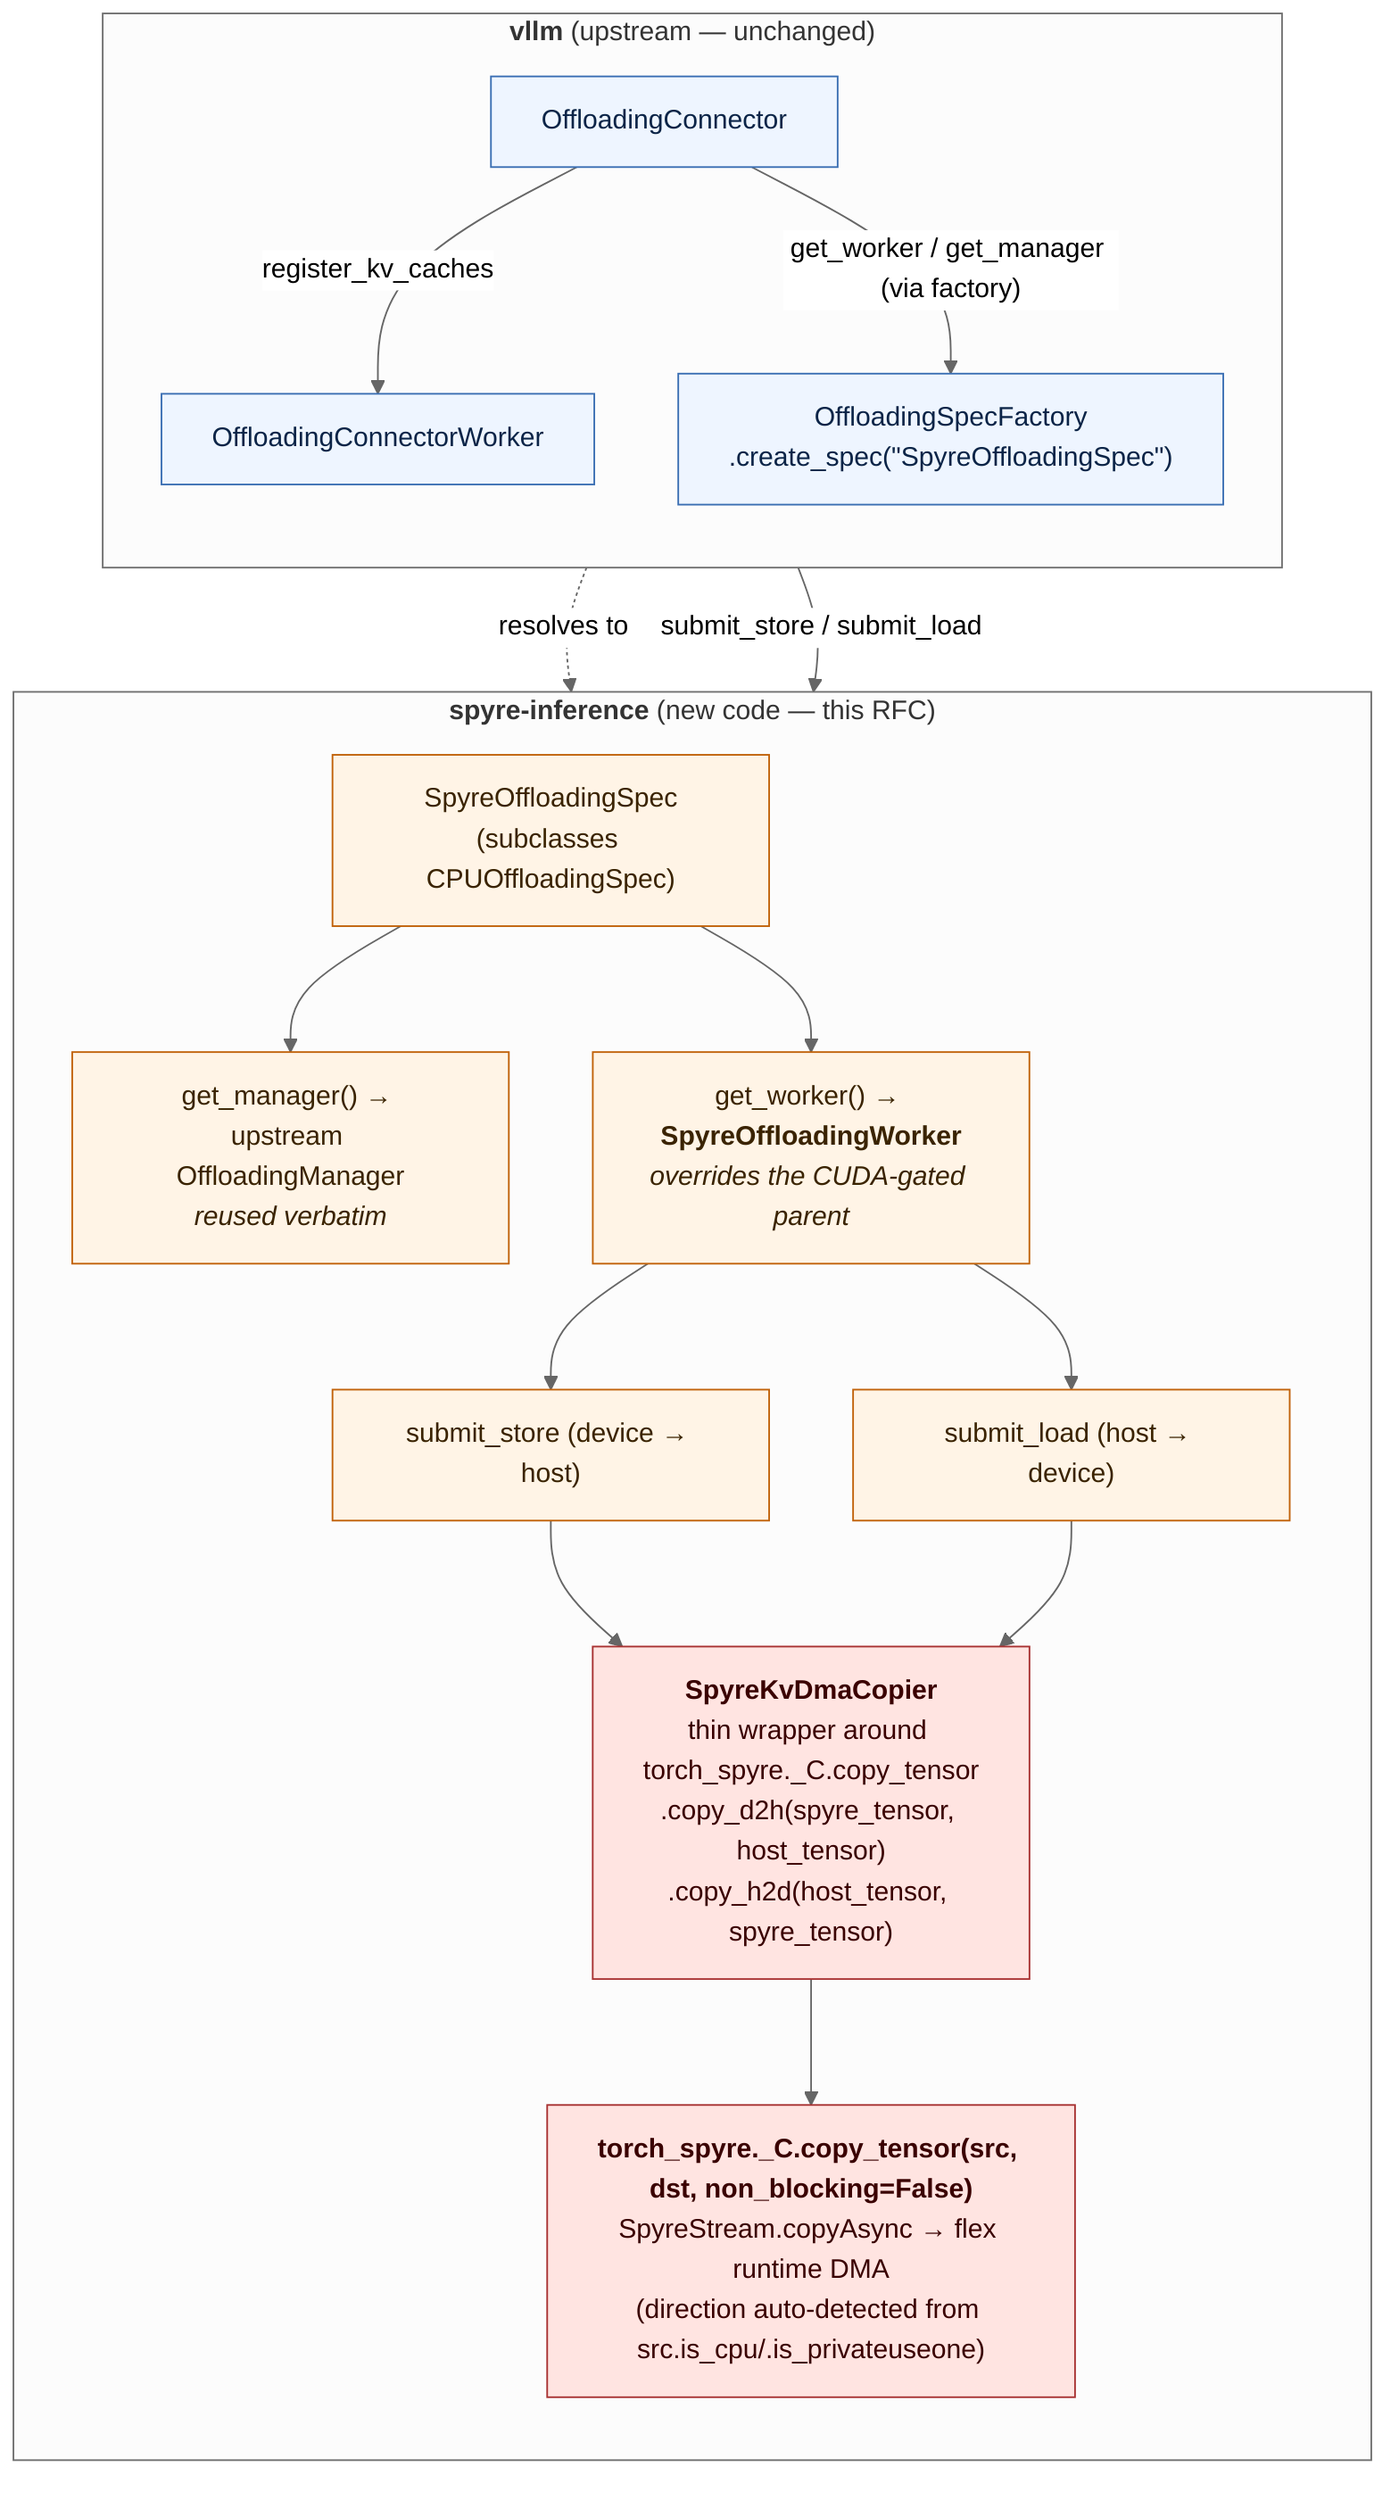
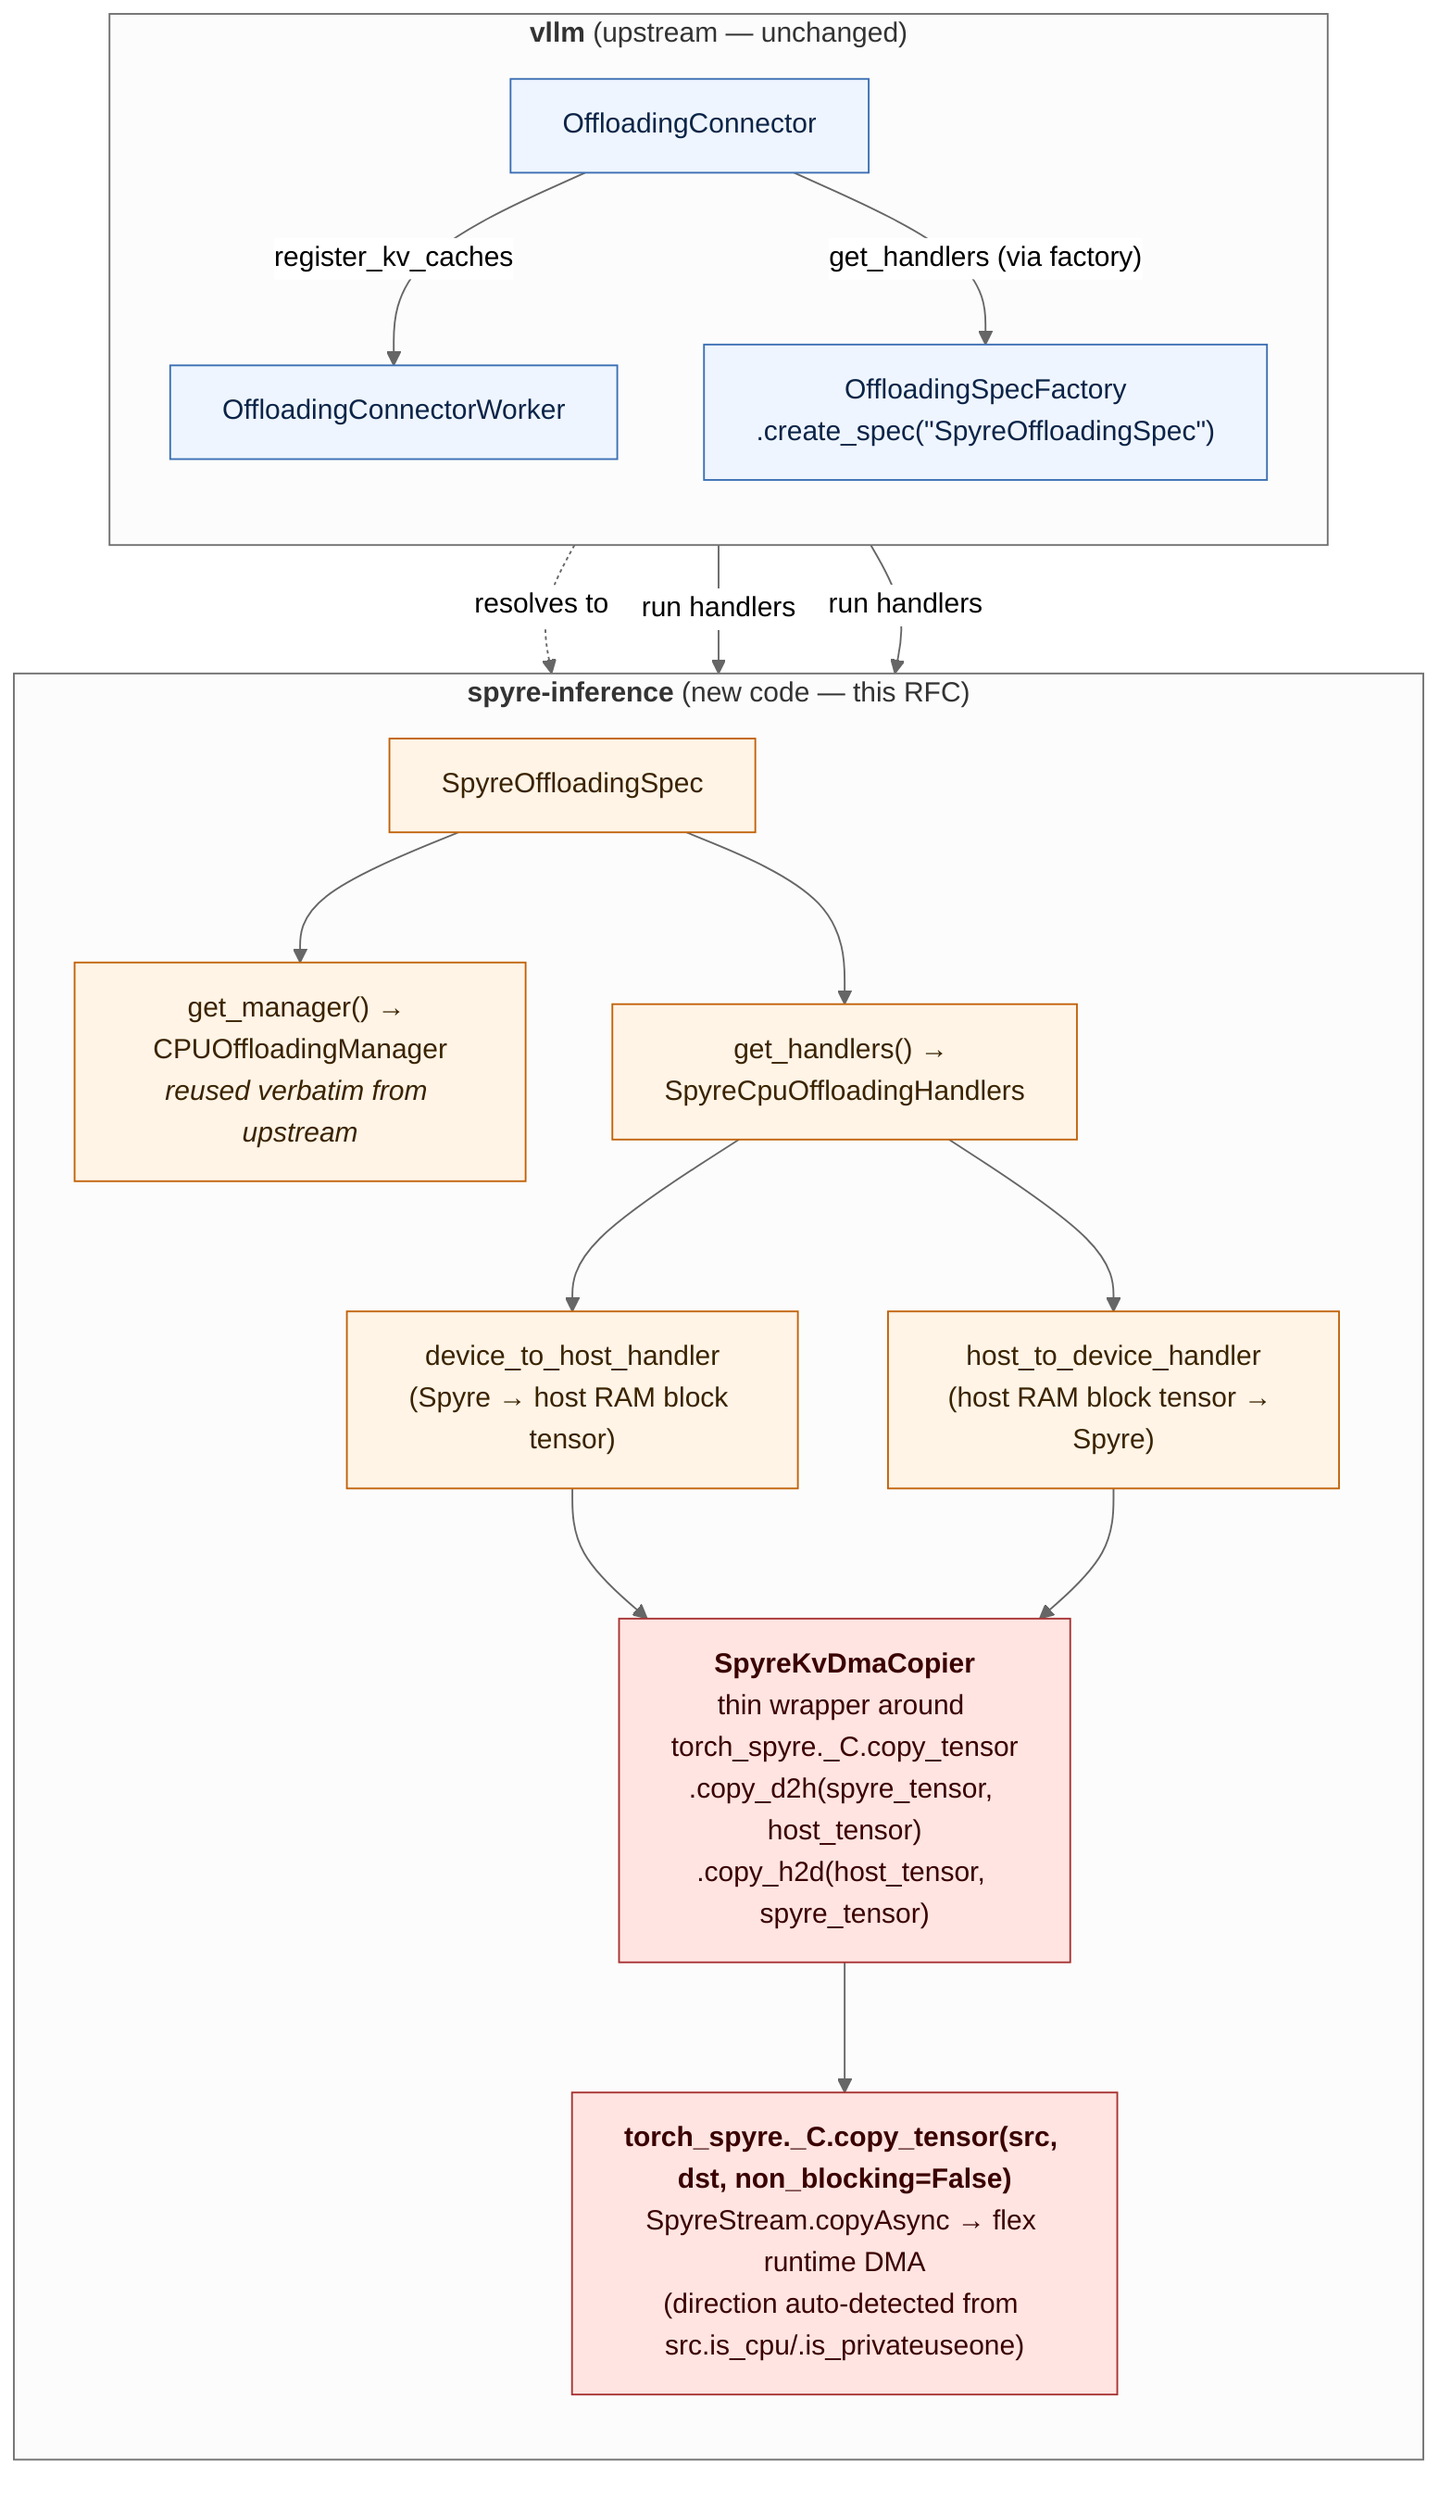
%%{ init: { "flowchart": { "htmlLabels": true, "curve": "basis" }, "theme": "neutral" } }%%
flowchart TB

    subgraph vllm["<b>vllm</b> (upstream — unchanged)"]
        direction TB
        OC["OffloadingConnector"]
        OCW["OffloadingConnectorWorker"]
        Factory["OffloadingSpecFactory<br/>.create_spec(&quot;SpyreOffloadingSpec&quot;)"]
        OC -- "register_kv_caches" --> OCW
-         OC -- "get_worker / get_manager (via factory)" --> Factory
+         OC -- "get_handlers (via factory)" --> Factory
    end

    subgraph spyre["<b>spyre-inference</b> (new code — this RFC)"]
        direction TB
-         Spec["SpyreOffloadingSpec<br/>(subclasses CPUOffloadingSpec)"]
-         Mgr["get_manager() → upstream OffloadingManager<br/><i>reused verbatim</i>"]
-         Worker["get_worker() → <b>SpyreOffloadingWorker</b><br/><i>overrides the CUDA-gated parent</i>"]
-         SS["submit_store (device → host)"]
-         SL["submit_load (host → device)"]
+         Spec["SpyreOffloadingSpec"]
+         Mgr["get_manager() → CPUOffloadingManager<br/><i>reused verbatim from upstream</i>"]
+         Handlers["get_handlers() → SpyreCpuOffloadingHandlers"]
+         D2H["device_to_host_handler<br/>(Spyre → host RAM block tensor)"]
+         H2D["host_to_device_handler<br/>(host RAM block tensor → Spyre)"]
        Copier["<b>SpyreKvDmaCopier</b><br/>thin wrapper around torch_spyre._C.copy_tensor<br/>.copy_d2h(spyre_tensor, host_tensor)<br/>.copy_h2d(host_tensor, spyre_tensor)"]
        Backend["<b>torch_spyre._C.copy_tensor(src, dst, non_blocking=False)</b><br/>SpyreStream.copyAsync → flex runtime DMA<br/>(direction auto-detected from src.is_cpu/.is_privateuseone)"]

        Spec --> Mgr
-         Spec --> Worker
-         Worker --> SS
-         Worker --> SL
-         SS --> Copier
-         SL --> Copier
+         Spec --> Handlers
+         Handlers --> D2H
+         Handlers --> H2D
+         D2H --> Copier
+         H2D --> Copier
        Copier --> Backend
    end

    Factory -. "resolves to" .-> Spec
-     OCW -- "submit_store / submit_load" --> Worker
+     OCW -- "run handlers" --> D2H
+     OCW -- "run handlers" --> H2D

    classDef upstream fill:#eef5ff,stroke:#3b6fb3,color:#0b2447
    classDef plugin fill:#fff4e6,stroke:#c1620a,color:#3a2300
    classDef hot fill:#ffe4e1,stroke:#a83232,color:#3a0000

    class OC,OCW,Factory upstream
-     class Spec,Mgr,Worker,SS,SL plugin
+     class Spec,Mgr,Handlers,D2H,H2D plugin
    class Copier,Backend hot
